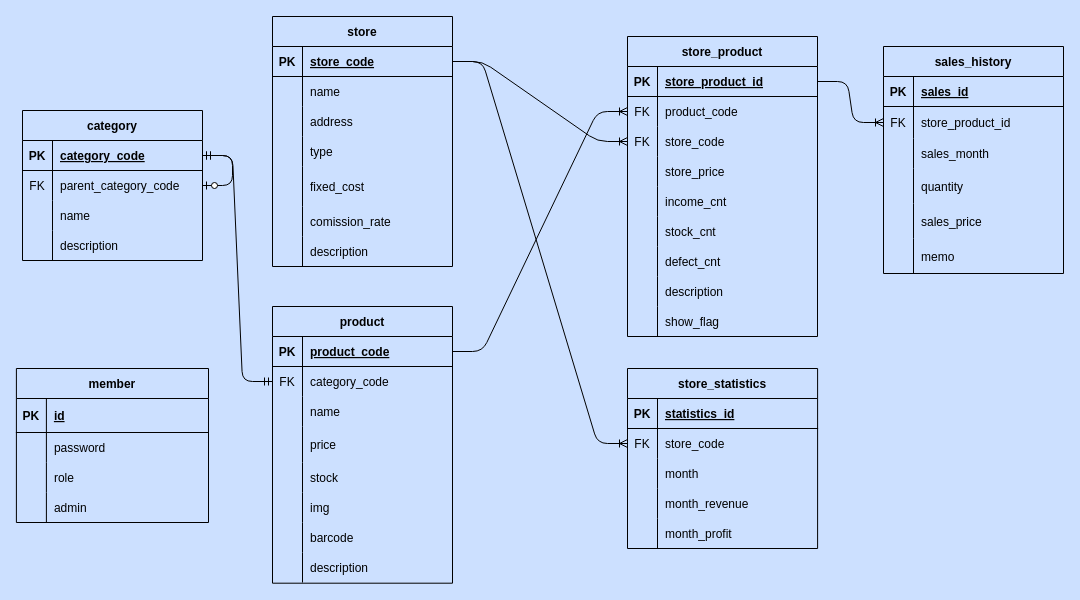
Before: database/ERD.drawio in JoshRyu/logistics, a draw.io diagram. Source tidied: cells renumbered, new cells numbered last; positions are measured from the earlier drawing's top-left corner, leaving out a move shared by most shapes. Both pictures are drawn from the tidied source at 100%, with x=0, y=0 at pixel (16, 16).
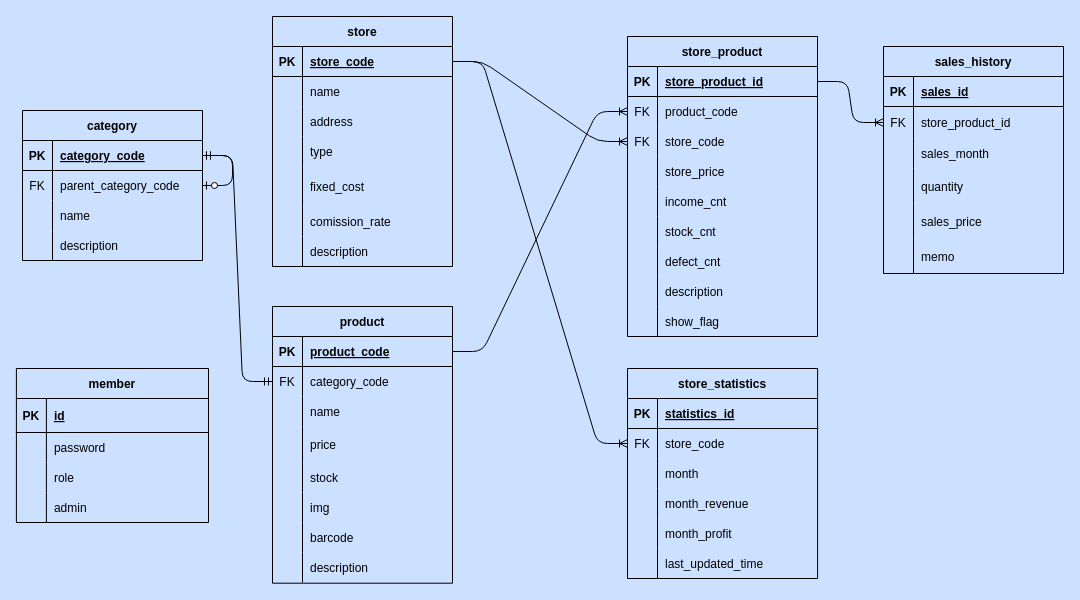
The same page after the edit.

The edit, as a diff of the source:
```diff
@@
     <mxCell id="91" value="store_statistics" style="shape=table;startSize=30;childLayout=tableLayout;rowLines=0;fontStyle=1;align=center;fillColor=none;labelBackgroundColor=none;fontColor=#000000;strokeColor=#000000;" parent="1" vertex="1">
-      <mxGeometry x="611" y="352" width="190.1" height="180" as="geometry" />
+      <mxGeometry x="611" y="352" width="190.1" height="210" as="geometry" />
     </mxCell>
@@
+    <mxCell id="144" style="shape=tableRow;horizontal=0;startSize=0;swimlaneHead=0;swimlaneBody=0;top=0;left=0;right=0;bottom=0;fillColor=none;labelBackgroundColor=none;fontColor=#000000;strokeColor=#000000;" parent="91" vertex="1">
+      <mxGeometry y="180" width="190.1" height="30" as="geometry" />
+    </mxCell>
+    <mxCell id="145" style="shape=partialRectangle;top=0;left=0;bottom=0;right=0;overflow=hidden;fillColor=none;labelBackgroundColor=none;fontColor=#000000;strokeColor=#000000;" parent="144" vertex="1">
+      <mxGeometry width="30" height="30" as="geometry" />
+    </mxCell>
+    <mxCell id="146" value="last_updated_time" style="shape=partialRectangle;top=0;left=0;bottom=0;right=0;align=left;spacingLeft=6;overflow=hidden;fillColor=none;labelBackgroundColor=none;fontColor=#000000;strokeColor=#000000;" parent="144" vertex="1">
+      <mxGeometry x="30" width="160.1" height="30" as="geometry" />
+    </mxCell>
```
